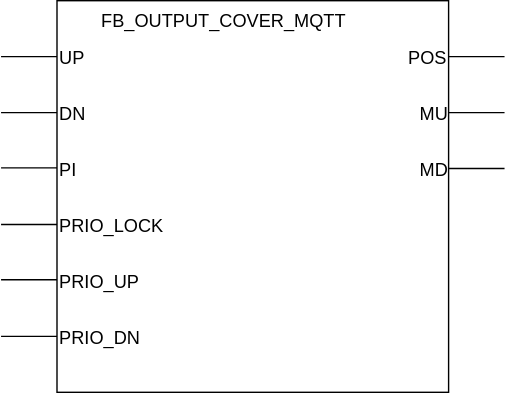
Above: docs/_img/FB_OUTPUT_COVER_MQTT.svg in MichielVanwelsenaere/HomeAutomation.CoDeSys3 (draw.io), before the change. Source tidied: cells renumbered, new cells last; positions are measured from the earlier drawing's top-left corner, leaving out a move shared by most shapes.
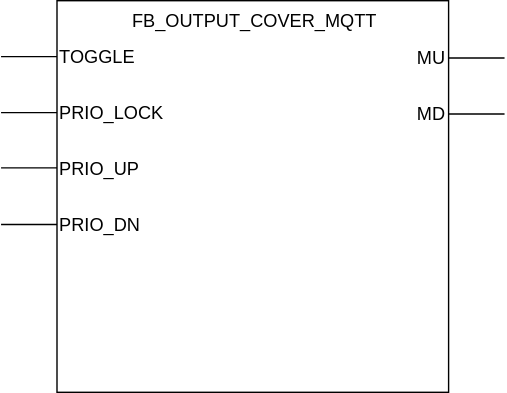
Later version of the same file.

Commit message:
FB_OUTPUT_COVER_MQTT: replacing implementation to a more stable one (#137)

The edit, as a diff of the source:
```diff
@@ -6,7 +6,7 @@
       <mxGeometry x="40" width="280" height="280" as="geometry" />
     </mxCell>
     <mxCell id="3" value="&lt;div&gt;&lt;span&gt;FB_OUTPUT_COVER_MQTT&lt;/span&gt;&lt;/div&gt;" style="text;html=1;align=center;fontSize=13;" parent="1" vertex="1">
-      <mxGeometry x="55" width="210" height="30" as="geometry" />
+      <mxGeometry x="76" width="210" height="30" as="geometry" />
     </mxCell>
     <mxCell id="4" style="endArrow=none;html=1;fontSize=13;" parent="1" edge="1">
       <mxGeometry relative="1" as="geometry">
@@ -17,106 +17,69 @@
         </Array>
       </mxGeometry>
     </mxCell>
-    <mxCell id="5" value="UP" style="text;html=1;strokeColor=none;fillColor=none;align=left;verticalAlign=middle;whiteSpace=wrap;rounded=0;fontSize=13;" parent="1" vertex="1">
+    <mxCell id="5" value="TOGGLE" style="text;html=1;strokeColor=none;fillColor=none;align=left;verticalAlign=middle;whiteSpace=wrap;rounded=0;fontSize=13;" parent="1" vertex="1">
       <mxGeometry x="40" y="30" width="80" height="20" as="geometry" />
     </mxCell>
-    <mxCell id="6" style="endArrow=none;html=1;fontSize=13;" parent="1" edge="1">
-      <mxGeometry relative="1" as="geometry">
-        <mxPoint x="320" y="40" as="sourcePoint" />
-        <mxPoint x="360" y="40" as="targetPoint" />
-        <Array as="points">
-          <mxPoint x="320" y="40" />
-        </Array>
-      </mxGeometry>
-    </mxCell>
-    <mxCell id="7" value="POS" style="text;html=1;strokeColor=none;fillColor=none;align=right;verticalAlign=middle;whiteSpace=wrap;rounded=0;fontSize=13;" parent="1" vertex="1">
-      <mxGeometry x="240" y="30" width="80" height="20" as="geometry" />
-    </mxCell>
     <mxCell id="8" style="endArrow=none;html=1;fontSize=13;" parent="1" edge="1">
       <mxGeometry relative="1" as="geometry">
-        <mxPoint y="160" as="sourcePoint" />
-        <mxPoint x="40" y="160" as="targetPoint" />
+        <mxPoint y="80" as="sourcePoint" />
+        <mxPoint x="40" y="80" as="targetPoint" />
         <Array as="points">
-          <mxPoint y="160" />
+          <mxPoint y="80" />
         </Array>
       </mxGeometry>
     </mxCell>
     <mxCell id="9" style="endArrow=none;html=1;fontSize=13;" parent="1" edge="1">
       <mxGeometry relative="1" as="geometry">
-        <mxPoint y="199.5" as="sourcePoint" />
-        <mxPoint x="40" y="199.5" as="targetPoint" />
+        <mxPoint y="119.5" as="sourcePoint" />
+        <mxPoint x="40" y="119.5" as="targetPoint" />
         <Array as="points">
-          <mxPoint y="199.5" />
-          <mxPoint x="20" y="199.5" />
+          <mxPoint y="119.5" />
+          <mxPoint x="20" y="119.5" />
         </Array>
       </mxGeometry>
     </mxCell>
     <mxCell id="10" value="PRIO_LOCK" style="text;html=1;strokeColor=none;fillColor=none;align=left;verticalAlign=middle;whiteSpace=wrap;rounded=0;fontSize=13;" parent="1" vertex="1">
-      <mxGeometry x="40" y="150" width="80" height="20" as="geometry" />
+      <mxGeometry x="40" y="70" width="80" height="20" as="geometry" />
     </mxCell>
     <mxCell id="11" value="PRIO_DN" style="text;html=1;strokeColor=none;fillColor=none;align=left;verticalAlign=middle;whiteSpace=wrap;rounded=0;fontSize=13;" parent="1" vertex="1">
-      <mxGeometry x="40" y="230" width="80" height="20" as="geometry" />
+      <mxGeometry x="40" y="150" width="80" height="20" as="geometry" />
     </mxCell>
-    <mxCell id="12" style="endArrow=none;html=1;fontSize=13;" parent="1" edge="1">
-      <mxGeometry relative="1" as="geometry">
-        <mxPoint y="80" as="sourcePoint" />
-        <mxPoint x="40" y="80" as="targetPoint" />
-        <Array as="points">
-          <mxPoint y="80" />
-        </Array>
-      </mxGeometry>
-    </mxCell>
-    <mxCell id="13" style="endArrow=none;html=1;fontSize=13;" parent="1" edge="1">
-      <mxGeometry relative="1" as="geometry">
-        <mxPoint y="119.5" as="sourcePoint" />
-        <mxPoint x="40" y="119.5" as="targetPoint" />
-        <Array as="points">
-          <mxPoint y="119.5" />
-          <mxPoint x="20" y="119.5" />
-        </Array>
-      </mxGeometry>
-    </mxCell>
-    <mxCell id="14" value="DN" style="text;html=1;strokeColor=none;fillColor=none;align=left;verticalAlign=middle;whiteSpace=wrap;rounded=0;fontSize=13;" parent="1" vertex="1">
-      <mxGeometry x="40" y="70" width="80" height="20" as="geometry" />
-    </mxCell>
-    <mxCell id="15" value="PI" style="text;html=1;strokeColor=none;fillColor=none;align=left;verticalAlign=middle;whiteSpace=wrap;rounded=0;fontSize=13;" parent="1" vertex="1">
-      <mxGeometry x="40" y="110" width="80" height="20" as="geometry" />
-    </mxCell>
     <mxCell id="16" style="endArrow=none;html=1;fontSize=13;" parent="1" edge="1">
       <mxGeometry relative="1" as="geometry">
-        <mxPoint x="320" y="120" as="sourcePoint" />
-        <mxPoint x="360" y="120" as="targetPoint" />
+        <mxPoint x="320" y="81" as="sourcePoint" />
+        <mxPoint x="360" y="81" as="targetPoint" />
         <Array as="points">
-          <mxPoint x="320" y="120" />
+          <mxPoint x="320" y="81" />
         </Array>
       </mxGeometry>
     </mxCell>
     <mxCell id="17" style="endArrow=none;html=1;fontSize=13;" parent="1" edge="1">
       <mxGeometry relative="1" as="geometry">
-        <mxPoint x="320" y="80" as="sourcePoint" />
-        <mxPoint x="360" y="80" as="targetPoint" />
+        <mxPoint x="320" y="41" as="sourcePoint" />
+        <mxPoint x="360" y="41" as="targetPoint" />
         <Array as="points">
-          <mxPoint x="320" y="80" />
+          <mxPoint x="320" y="41" />
         </Array>
       </mxGeometry>
     </mxCell>
     <mxCell id="18" value="MD" style="text;html=1;strokeColor=none;fillColor=none;align=right;verticalAlign=middle;whiteSpace=wrap;rounded=0;fontSize=13;" parent="1" vertex="1">
-      <mxGeometry x="240" y="110" width="80" height="20" as="geometry" />
+      <mxGeometry x="240" y="71" width="80" height="20" as="geometry" />
     </mxCell>
     <mxCell id="19" value="MU" style="text;html=1;strokeColor=none;fillColor=none;align=right;verticalAlign=middle;whiteSpace=wrap;rounded=0;fontSize=13;" parent="1" vertex="1">
-      <mxGeometry x="240" y="70" width="80" height="20" as="geometry" />
+      <mxGeometry x="240" y="31" width="80" height="20" as="geometry" />
     </mxCell>
     <mxCell id="20" style="endArrow=none;html=1;fontSize=13;" parent="1" edge="1">
       <mxGeometry relative="1" as="geometry">
-        <mxPoint y="240" as="sourcePoint" />
-        <mxPoint x="40" y="240" as="targetPoint" />
+        <mxPoint y="160" as="sourcePoint" />
+        <mxPoint x="40" y="160" as="targetPoint" />
         <Array as="points">
-          <mxPoint y="240" />
+          <mxPoint y="160" />
         </Array>
       </mxGeometry>
     </mxCell>
     <mxCell id="21" value="PRIO_UP" style="text;html=1;strokeColor=none;fillColor=none;align=left;verticalAlign=middle;whiteSpace=wrap;rounded=0;fontSize=13;" parent="1" vertex="1">
-      <mxGeometry x="40" y="190" width="80" height="20" as="geometry" />
+      <mxGeometry x="40" y="110" width="80" height="20" as="geometry" />
     </mxCell>
   </root>
 </mxGraphModel>
```
